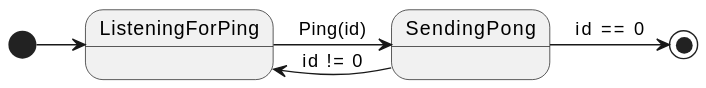
Above: pong.svg in peterpaul/kafka-ping-stm (PlantUML), before the change.
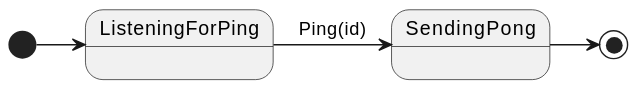
The same diagram one commit later.

Commit message:
Make the pong component into a concurrent server

Change to the diagram source:
```diff
@@ -1,6 +1,5 @@
 @startuml
 [*] -> ListeningForPing
 ListeningForPing -> SendingPong: Ping(id)
-SendingPong -> ListeningForPing: id != 0
-SendingPong -> [*]: id == 0
+SendingPong -> [*]
 @enduml
```
